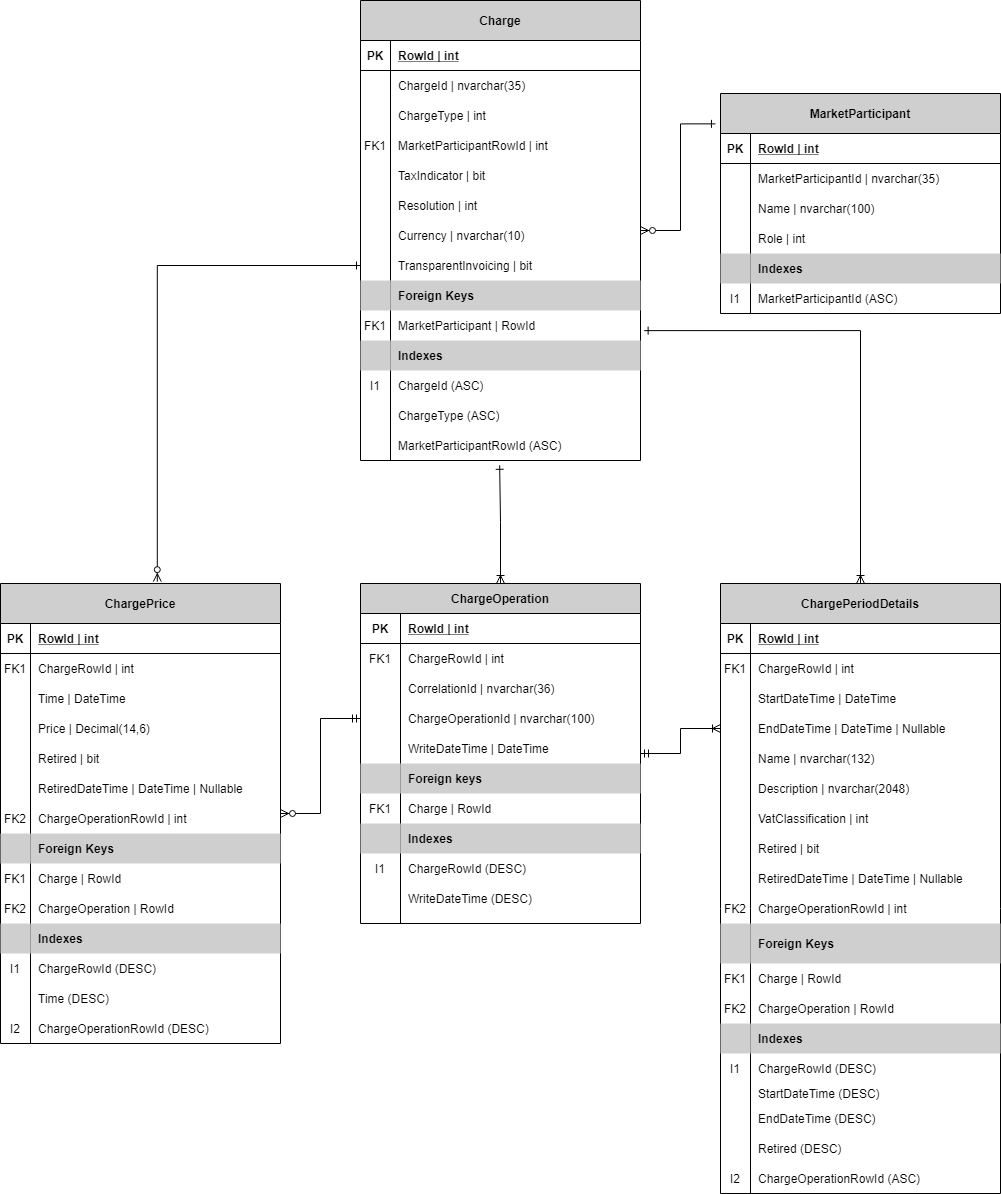
Above: docs/data-models/ChargesDataModel.png in Energinet-DataHub/ARCHIVED-geh-charges (draw.io), before the change. Source tidied: cells renumbered, new cells last; positions are measured from the earlier drawing's top-left corner, leaving out a move shared by most shapes.
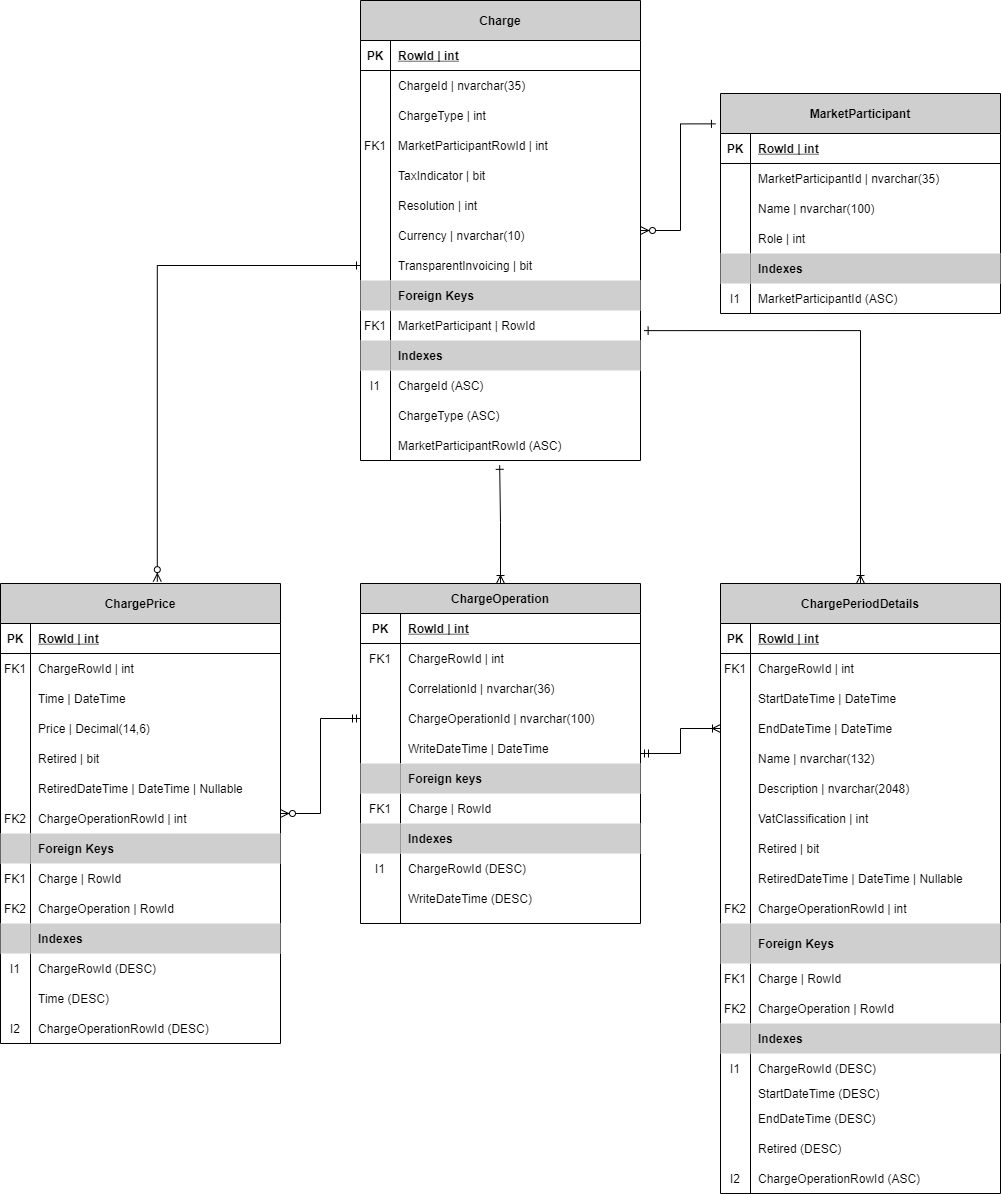
After the commit.

What changed in the source:
```diff
@@ -277,7 +277,7 @@
     <mxCell id="91" style="shape=partialRectangle;fillColor=none;top=0;left=0;bottom=0;right=0;overflow=hidden;" parent="90" vertex="1">
       <mxGeometry width="30" height="30" as="geometry" />
     </mxCell>
-    <mxCell id="92" value="EndDateTime | DateTime | Nullable" style="shape=partialRectangle;fillColor=none;top=0;left=0;bottom=0;right=0;align=left;spacingLeft=6;overflow=hidden;" parent="90" vertex="1">
+    <mxCell id="92" value="EndDateTime | DateTime" style="shape=partialRectangle;fillColor=none;top=0;left=0;bottom=0;right=0;align=left;spacingLeft=6;overflow=hidden;" parent="90" vertex="1">
       <mxGeometry x="30" width="250" height="30" as="geometry" />
     </mxCell>
     <mxCell id="93" style="shape=partialRectangle;fillColor=none;top=0;left=0;bottom=0;right=0;" parent="80" vertex="1">
```
